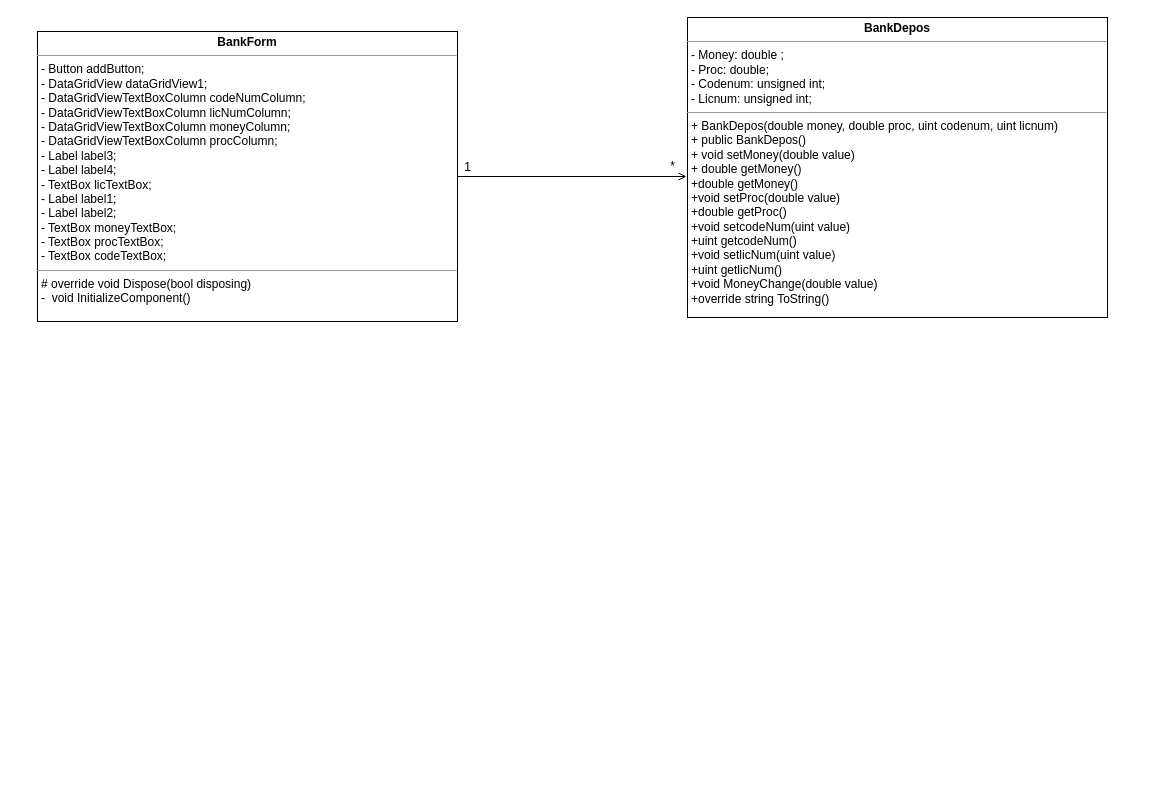
The draw.io diagram BankDepos_UML.drawio in gingerswaltz/gingerswaltz-official, before the edit. Source tidied: cells renumbered, new cells numbered last; positions are measured from the earlier drawing's top-left corner, leaving out a move shared by most shapes. Both pictures are drawn from the tidied source at 100%, with x=0, y=0 at pixel (37, 17).
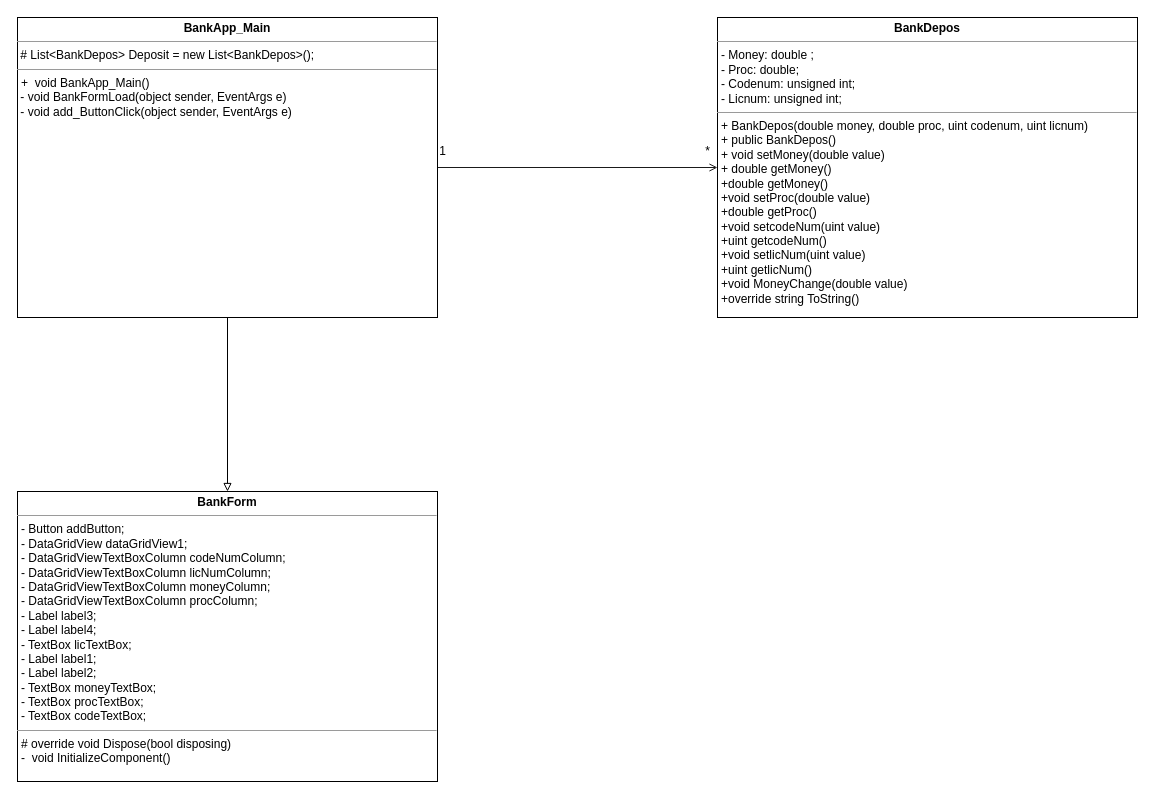
The same diagram, later.

Diff of the diagram source:
```diff
@@
 <mxGraphModel>
   <root>
     <mxCell id="0" />
     <mxCell id="1" parent="0" />
     <mxCell id="2" value="&lt;p style=&quot;margin:0px;margin-top:4px;text-align:center;&quot;&gt;&lt;b&gt;BankDepos&lt;/b&gt;&lt;/p&gt;&lt;hr size=&quot;1&quot;&gt;&lt;p style=&quot;margin:0px;margin-left:4px;&quot;&gt;- Money: double ;&lt;/p&gt;&lt;p style=&quot;margin:0px;margin-left:4px;&quot;&gt;- Proc: double;&lt;/p&gt;&lt;p style=&quot;margin:0px;margin-left:4px;&quot;&gt;- Codenum: unsigned int;&lt;/p&gt;&lt;p style=&quot;margin:0px;margin-left:4px;&quot;&gt;- Licnum: unsigned int;&lt;/p&gt;&lt;hr size=&quot;1&quot;&gt;&lt;p style=&quot;margin:0px;margin-left:4px;&quot;&gt;+&amp;nbsp;BankDepos(double money, double proc, uint codenum, uint licnum)&lt;/p&gt;&lt;p style=&quot;margin:0px;margin-left:4px;&quot;&gt;+&amp;nbsp;public BankDepos()&lt;/p&gt;&lt;p style=&quot;margin:0px;margin-left:4px;&quot;&gt;+&amp;nbsp;void setMoney(double value)&lt;/p&gt;&lt;p style=&quot;margin:0px;margin-left:4px;&quot;&gt;+&amp;nbsp;double getMoney()&lt;/p&gt;&lt;p style=&quot;margin:0px;margin-left:4px;&quot;&gt;+double getMoney()&lt;/p&gt;&lt;p style=&quot;margin:0px;margin-left:4px;&quot;&gt;+void setProc(double value)&lt;/p&gt;&lt;p style=&quot;margin:0px;margin-left:4px;&quot;&gt;+double getProc()&lt;/p&gt;&lt;p style=&quot;margin:0px;margin-left:4px;&quot;&gt;+void setcodeNum(uint value)&lt;/p&gt;&lt;p style=&quot;margin:0px;margin-left:4px;&quot;&gt;+uint getcodeNum()&lt;/p&gt;&lt;p style=&quot;margin:0px;margin-left:4px;&quot;&gt;+void setlicNum(uint value)&lt;/p&gt;&lt;p style=&quot;margin:0px;margin-left:4px;&quot;&gt;+uint getlicNum()&lt;/p&gt;&lt;p style=&quot;margin:0px;margin-left:4px;&quot;&gt;+void MoneyChange(double value)&lt;/p&gt;&lt;p style=&quot;margin:0px;margin-left:4px;&quot;&gt;+override string ToString()&lt;/p&gt;" style="verticalAlign=top;align=left;overflow=fill;fontSize=12;fontFamily=Helvetica;html=1;" parent="1" vertex="1">
-      <mxGeometry x="650" width="420" height="300" as="geometry" />
+      <mxGeometry x="680" width="420" height="300" as="geometry" />
     </mxCell>
-    <mxCell id="3" style="edgeStyle=orthogonalEdgeStyle;rounded=0;jettySize=auto;html=1;endArrow=open;endFill=0;" parent="1" edge="1" source="4">
-      <mxGeometry relative="1" as="geometry">
-        <mxPoint x="649" y="159" as="targetPoint" />
-      </mxGeometry>
-    </mxCell>
     <mxCell id="4" value="&lt;p style=&quot;margin:0px;margin-top:4px;text-align:center;&quot;&gt;&lt;b&gt;BankForm&lt;/b&gt;&lt;/p&gt;&lt;hr size=&quot;1&quot;&gt;&lt;p style=&quot;margin:0px;margin-left:4px;&quot;&gt;- Button addButton;&lt;/p&gt;&lt;p style=&quot;margin:0px;margin-left:4px;&quot;&gt;- DataGridView dataGridView1;&lt;/p&gt;&lt;p style=&quot;margin:0px;margin-left:4px;&quot;&gt;- DataGridViewTextBoxColumn codeNumColumn;&lt;/p&gt;&lt;p style=&quot;margin:0px;margin-left:4px;&quot;&gt;- DataGridViewTextBoxColumn licNumColumn;&lt;/p&gt;&lt;p style=&quot;margin:0px;margin-left:4px;&quot;&gt;- DataGridViewTextBoxColumn moneyColumn;&lt;/p&gt;&lt;p style=&quot;margin:0px;margin-left:4px;&quot;&gt;- DataGridViewTextBoxColumn procColumn;&lt;/p&gt;&lt;p style=&quot;margin:0px;margin-left:4px;&quot;&gt;- Label label3;&lt;/p&gt;&lt;p style=&quot;margin:0px;margin-left:4px;&quot;&gt;- Label label4;&lt;/p&gt;&lt;p style=&quot;margin:0px;margin-left:4px;&quot;&gt;- TextBox licTextBox;&lt;/p&gt;&lt;p style=&quot;margin:0px;margin-left:4px;&quot;&gt;- Label label1;&lt;/p&gt;&lt;p style=&quot;margin:0px;margin-left:4px;&quot;&gt;- Label label2;&lt;/p&gt;&lt;p style=&quot;margin:0px;margin-left:4px;&quot;&gt;- TextBox moneyTextBox;&lt;/p&gt;&lt;p style=&quot;margin:0px;margin-left:4px;&quot;&gt;- TextBox procTextBox;&lt;/p&gt;&lt;p style=&quot;margin:0px;margin-left:4px;&quot;&gt;- TextBox codeTextBox;&lt;/p&gt;&lt;hr size=&quot;1&quot;&gt;&lt;p style=&quot;margin:0px;margin-left:4px;&quot;&gt;# override void Dispose(bool disposing)&lt;br&gt;&lt;/p&gt;&lt;p style=&quot;margin:0px;margin-left:4px;&quot;&gt;-&amp;nbsp; void InitializeComponent()&lt;/p&gt;" style="verticalAlign=top;align=left;overflow=fill;fontSize=12;fontFamily=Helvetica;html=1;" parent="1" vertex="1">
-      <mxGeometry y="14" width="420" height="290" as="geometry" />
+      <mxGeometry x="-20" y="474" width="420" height="290" as="geometry" />
     </mxCell>
     <mxCell id="5" value="1" style="text;html=1;align=center;verticalAlign=middle;strokeColor=none;fillColor=none;" parent="1" vertex="1">
-      <mxGeometry x="415" y="135" width="30" height="30" as="geometry" />
+      <mxGeometry x="390" y="119" width="30" height="30" as="geometry" />
     </mxCell>
+    <mxCell id="7" style="edgeStyle=orthogonalEdgeStyle;rounded=0;jettySize=auto;html=1;entryX=0.5;entryY=0;entryDx=0;entryDy=0;endArrow=block;endFill=0;" parent="1" edge="1" source="9" target="4">
+      <mxGeometry relative="1" as="geometry" />
+    </mxCell>
+    <mxCell id="8" style="edgeStyle=orthogonalEdgeStyle;rounded=0;jettySize=auto;html=1;endArrow=open;endFill=0;strokeColor=#1A1A1A;" parent="1" edge="1" source="9" target="2">
+      <mxGeometry relative="1" as="geometry" />
+    </mxCell>
+    <mxCell id="9" value="&lt;p style=&quot;margin: 0px ; margin-top: 4px ; text-align: center&quot;&gt;&lt;b&gt;BankApp_Main&lt;/b&gt;&lt;br&gt;&lt;/p&gt;&lt;hr size=&quot;1&quot;&gt;&lt;p style=&quot;margin: 0px ; margin-left: 4px&quot;&gt;&lt;/p&gt;&amp;nbsp;# List&amp;lt;BankDepos&amp;gt; Deposit = new List&amp;lt;BankDepos&amp;gt;();&lt;hr size=&quot;1&quot;&gt;&lt;p style=&quot;margin: 0px ; margin-left: 4px&quot;&gt;+&amp;nbsp;&lt;span&gt;&amp;nbsp;void BankApp_Main()&lt;/span&gt;&lt;/p&gt;&lt;div&gt;&lt;span&gt;&amp;nbsp;- void BankFormLoad(object sender, EventArgs e)&lt;br&gt;&amp;nbsp;- void add_ButtonClick(object sender, EventArgs e)&lt;br&gt;&lt;/span&gt;&lt;/div&gt;" style="verticalAlign=top;align=left;overflow=fill;fontSize=12;fontFamily=Helvetica;html=1;" parent="1" vertex="1">
+      <mxGeometry x="-20" width="420" height="300" as="geometry" />
+    </mxCell>
     <mxCell id="6" value="*" style="text;html=1;align=center;verticalAlign=middle;strokeColor=none;fillColor=none;" parent="1" vertex="1">
-      <mxGeometry x="620" y="134" width="30" height="30" as="geometry" />
+      <mxGeometry x="660" y="124" width="20" height="20" as="geometry" />
     </mxCell>
   </root>
 </mxGraphModel>
```
